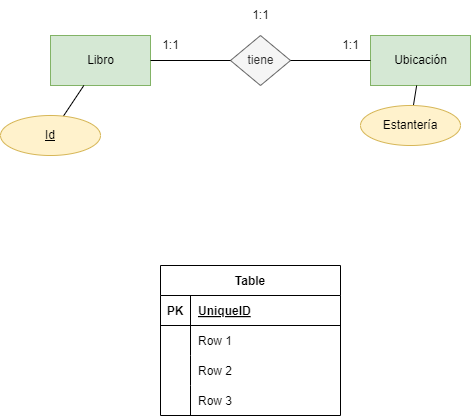
This is tareas/unidad-2/tarea-3/imágenes/ejercicio1.drawio.png from ManuelsDAM/base-datos, a draw.io export, as it was before one commit. Source tidied: cells renumbered, new cells last; positions are measured from the earlier drawing's top-left corner, leaving out a move shared by most shapes.
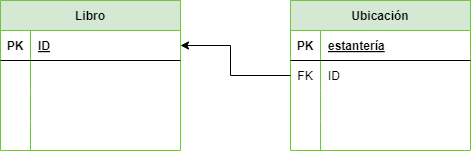
Above is the later version.

What changed in the source:
```diff
@@ -2,47 +2,8 @@
   <root>
     <mxCell id="0" />
     <mxCell id="1" parent="0" />
-    <mxCell id="2" value="Libro" style="html=1;dashed=0;whitespace=wrap;fillColor=#d5e8d4;strokeColor=#82b366;" parent="1" vertex="1">
-      <mxGeometry x="50" y="35" width="100" height="50" as="geometry" />
-    </mxCell>
-    <mxCell id="3" value="Ubicación" style="html=1;dashed=0;whitespace=wrap;fillColor=#d5e8d4;strokeColor=#82b366;" parent="1" vertex="1">
-      <mxGeometry x="370" y="35" width="100" height="50" as="geometry" />
-    </mxCell>
-    <mxCell id="4" style="edgeStyle=none;html=1;endArrow=none;endFill=0;" parent="1" edge="1" source="5" target="2">
-      <mxGeometry relative="1" as="geometry" />
-    </mxCell>
-    <mxCell id="5" value="Id" style="ellipse;whiteSpace=wrap;html=1;align=center;fontStyle=4;fillColor=#fff2cc;strokeColor=#d6b656;" parent="1" vertex="1">
-      <mxGeometry y="115" width="100" height="40" as="geometry" />
-    </mxCell>
-    <mxCell id="6" style="group;" parent="1" vertex="1">
-      <mxGeometry x="150" y="30" width="40" height="30" as="geometry" />
-    </mxCell>
-    <mxCell id="7" value="1:1" style="text;html=1;align=center;verticalAlign=middle;strokeColor=none;fillColor=none;" parent="6" vertex="1">
-      <mxGeometry width="40" height="30" as="geometry" />
-    </mxCell>
-    <mxCell id="8" style="group;" parent="1" vertex="1">
-      <mxGeometry x="330" y="30" width="40" height="30" as="geometry" />
-    </mxCell>
-    <mxCell id="9" value="1:1" style="text;html=1;align=center;verticalAlign=middle;strokeColor=none;fillColor=none;" parent="8" vertex="1">
-      <mxGeometry width="40" height="30" as="geometry" />
-    </mxCell>
-    <mxCell id="10" style="group;" parent="1" vertex="1">
-      <mxGeometry x="230" width="60" height="85" as="geometry" />
-    </mxCell>
-    <mxCell id="11" value="tiene" style="shape=rhombus;html=1;dashed=0;whitespace=wrap;perimeter=rhombusPerimeter;fillColor=#f5f5f5;fontColor=#333333;strokeColor=#666666;" parent="10" vertex="1">
-      <mxGeometry y="35" width="60" height="50" as="geometry" />
-    </mxCell>
-    <mxCell id="12" value="1:1" style="text;html=1;align=center;verticalAlign=middle;strokeColor=none;fillColor=none;" parent="10" vertex="1">
-      <mxGeometry x="10" width="40" height="30" as="geometry" />
-    </mxCell>
-    <mxCell id="13" style="edgeStyle=none;html=1;exitX=1;exitY=0.5;exitDx=0;exitDy=0;entryX=0;entryY=0.5;entryDx=0;entryDy=0;endArrow=none;endFill=0;" parent="1" edge="1" source="2" target="11">
-      <mxGeometry relative="1" as="geometry" />
-    </mxCell>
-    <mxCell id="14" style="edgeStyle=none;html=1;endArrow=none;endFill=0;" parent="1" edge="1" source="11" target="3">
-      <mxGeometry relative="1" as="geometry" />
-    </mxCell>
-    <mxCell id="15" value="Table" style="shape=table;startSize=30;rowLines=0;fontStyle=1;align=center;" parent="1" vertex="1">
-      <mxGeometry x="160" y="265" width="180" height="150" as="geometry" />
+    <mxCell id="15" value="Libro" style="shape=table;startSize=30;rowLines=0;fontStyle=1;align=center;fillColor=#d5e8d4;strokeColor=#82b366;" parent="1" vertex="1">
+      <mxGeometry x="30" y="25" width="180" height="150" as="geometry" />
     </mxCell>
     <mxCell id="16" style="shape=tableRow;horizontal=0;startSize=0;swimlaneHead=0;swimlaneBody=0;fillColor=none;points=[[0,0.5],[1,0.5]];portConstraint=eastwest;top=0;left=0;right=0;bottom=1;" parent="15" vertex="1">
       <mxGeometry y="30" width="180" height="30" as="geometry" />
@@ -50,7 +11,7 @@
     <mxCell id="17" value="PK" style="shape=partialRectangle;fillColor=none;top=0;left=0;bottom=0;right=0;fontStyle=1;overflow=hidden;" parent="16" vertex="1">
       <mxGeometry width="30" height="30" as="geometry" />
     </mxCell>
-    <mxCell id="18" value="UniqueID" style="shape=partialRectangle;fillColor=none;top=0;left=0;bottom=0;right=0;align=left;spacingLeft=6;fontStyle=5;overflow=hidden;" parent="16" vertex="1">
+    <mxCell id="18" value="ID" style="shape=partialRectangle;fillColor=none;top=0;left=0;bottom=0;right=0;align=left;spacingLeft=6;fontStyle=5;overflow=hidden;" parent="16" vertex="1">
       <mxGeometry x="30" width="150" height="30" as="geometry" />
     </mxCell>
     <mxCell id="19" style="shape=tableRow;horizontal=0;startSize=0;swimlaneHead=0;swimlaneBody=0;fillColor=none;top=0;left=0;right=0;bottom=0;" parent="15" vertex="1">
@@ -59,7 +20,7 @@
     <mxCell id="20" style="shape=partialRectangle;fillColor=none;top=0;left=0;bottom=0;right=0;overflow=hidden;" parent="19" vertex="1">
       <mxGeometry width="30" height="30" as="geometry" />
     </mxCell>
-    <mxCell id="21" value="Row 1" style="shape=partialRectangle;fillColor=none;top=0;left=0;bottom=0;right=0;align=left;spacingLeft=6;overflow=hidden;" parent="19" vertex="1">
+    <mxCell id="21" style="shape=partialRectangle;fillColor=none;top=0;left=0;bottom=0;right=0;align=left;spacingLeft=6;overflow=hidden;" parent="19" vertex="1">
       <mxGeometry x="30" width="150" height="30" as="geometry" />
     </mxCell>
     <mxCell id="22" style="shape=tableRow;horizontal=0;startSize=0;swimlaneHead=0;swimlaneBody=0;fillColor=none;top=0;left=0;right=0;bottom=0;" parent="15" vertex="1">
@@ -68,7 +29,7 @@
     <mxCell id="23" style="shape=partialRectangle;fillColor=none;top=0;left=0;bottom=0;right=0;overflow=hidden;" parent="22" vertex="1">
       <mxGeometry width="30" height="30" as="geometry" />
     </mxCell>
-    <mxCell id="24" value="Row 2" style="shape=partialRectangle;fillColor=none;top=0;left=0;bottom=0;right=0;align=left;spacingLeft=6;overflow=hidden;" parent="22" vertex="1">
+    <mxCell id="24" style="shape=partialRectangle;fillColor=none;top=0;left=0;bottom=0;right=0;align=left;spacingLeft=6;overflow=hidden;" parent="22" vertex="1">
       <mxGeometry x="30" width="150" height="30" as="geometry" />
     </mxCell>
     <mxCell id="25" style="shape=tableRow;horizontal=0;startSize=0;swimlaneHead=0;swimlaneBody=0;fillColor=none;top=0;left=0;right=0;bottom=0;" parent="15" vertex="1">
@@ -77,14 +38,55 @@
     <mxCell id="26" style="shape=partialRectangle;fillColor=none;top=0;left=0;bottom=0;right=0;overflow=hidden;" parent="25" vertex="1">
       <mxGeometry width="30" height="30" as="geometry" />
     </mxCell>
-    <mxCell id="27" value="Row 3" style="shape=partialRectangle;fillColor=none;top=0;left=0;bottom=0;right=0;align=left;spacingLeft=6;overflow=hidden;" parent="25" vertex="1">
+    <mxCell id="27" style="shape=partialRectangle;fillColor=none;top=0;left=0;bottom=0;right=0;align=left;spacingLeft=6;overflow=hidden;" parent="25" vertex="1">
       <mxGeometry x="30" width="150" height="30" as="geometry" />
     </mxCell>
-    <mxCell id="28" style="edgeStyle=none;html=1;endArrow=none;endFill=0;" parent="1" edge="1" source="29" target="3">
-      <mxGeometry relative="1" as="geometry" />
-    </mxCell>
-    <mxCell id="29" value="Estantería" style="ellipse;whiteSpace=wrap;html=1;align=center;fillColor=#fff2cc;strokeColor=#d6b656;" parent="1" vertex="1">
-      <mxGeometry x="360" y="105" width="100" height="40" as="geometry" />
-    </mxCell>
+    <mxCell id="3" value="Ubicación" style="shape=table;startSize=30;rowLines=0;fontStyle=1;align=center;fillColor=#d5e8d4;strokeColor=#82b366;" parent="1" vertex="1">
+      <mxGeometry x="320" y="25" width="180" height="150" as="geometry" />
+    </mxCell>
+    <mxCell id="30" style="shape=tableRow;horizontal=0;startSize=0;swimlaneHead=0;swimlaneBody=0;fillColor=none;top=0;left=0;right=0;bottom=1;" parent="3" vertex="1">
+      <mxGeometry y="30" width="180" height="30" as="geometry" />
+    </mxCell>
+    <mxCell id="31" value="PK" style="shape=partialRectangle;fillColor=none;top=0;left=0;bottom=0;right=0;fontStyle=1;overflow=hidden;" parent="30" vertex="1">
+      <mxGeometry width="30" height="30" as="geometry" />
+    </mxCell>
+    <mxCell id="32" value="estantería" style="shape=partialRectangle;fillColor=none;top=0;left=0;bottom=0;right=0;align=left;spacingLeft=6;fontStyle=5;overflow=hidden;" parent="30" vertex="1">
+      <mxGeometry x="30" width="150" height="30" as="geometry" />
+    </mxCell>
+    <mxCell id="33" style="shape=tableRow;horizontal=0;startSize=0;swimlaneHead=0;swimlaneBody=0;fillColor=none;points=[[0,0.5],[1,0.5]];portConstraint=eastwest;top=0;left=0;right=0;bottom=0;" parent="3" vertex="1">
+      <mxGeometry y="60" width="180" height="30" as="geometry" />
+    </mxCell>
+    <mxCell id="34" value="FK" style="shape=partialRectangle;fillColor=none;top=0;left=0;bottom=0;right=0;overflow=hidden;" parent="33" vertex="1">
+      <mxGeometry width="30" height="30" as="geometry" />
+    </mxCell>
+    <mxCell id="35" value="ID" style="shape=partialRectangle;fillColor=none;top=0;left=0;bottom=0;right=0;align=left;spacingLeft=6;overflow=hidden;" parent="33" vertex="1">
+      <mxGeometry x="30" width="150" height="30" as="geometry" />
+    </mxCell>
+    <mxCell id="36" style="shape=tableRow;horizontal=0;startSize=0;swimlaneHead=0;swimlaneBody=0;fillColor=none;top=0;left=0;right=0;bottom=0;" parent="3" vertex="1">
+      <mxGeometry y="90" width="180" height="30" as="geometry" />
+    </mxCell>
+    <mxCell id="37" style="shape=partialRectangle;fillColor=none;top=0;left=0;bottom=0;right=0;overflow=hidden;" parent="36" vertex="1">
+      <mxGeometry width="30" height="30" as="geometry" />
+    </mxCell>
+    <mxCell id="38" style="shape=partialRectangle;fillColor=none;top=0;left=0;bottom=0;right=0;align=left;spacingLeft=6;overflow=hidden;" parent="36" vertex="1">
+      <mxGeometry x="30" width="150" height="30" as="geometry" />
+    </mxCell>
+    <mxCell id="39" style="shape=tableRow;horizontal=0;startSize=0;swimlaneHead=0;swimlaneBody=0;fillColor=none;top=0;left=0;right=0;bottom=0;" parent="3" vertex="1">
+      <mxGeometry y="120" width="180" height="30" as="geometry" />
+    </mxCell>
+    <mxCell id="40" style="shape=partialRectangle;fillColor=none;top=0;left=0;bottom=0;right=0;overflow=hidden;" parent="39" vertex="1">
+      <mxGeometry width="30" height="30" as="geometry" />
+    </mxCell>
+    <mxCell id="41" style="shape=partialRectangle;fillColor=none;top=0;left=0;bottom=0;right=0;align=left;spacingLeft=6;overflow=hidden;" parent="39" vertex="1">
+      <mxGeometry x="30" width="150" height="30" as="geometry" />
+    </mxCell>
+    <mxCell id="42" style="edgeStyle=none;rounded=0;html=1;exitX=0;exitY=0.5;exitDx=0;exitDy=0;entryX=1;entryY=0.5;entryDx=0;entryDy=0;endArrow=classic;endFill=1;" parent="1" edge="1" source="33" target="16">
+      <mxGeometry relative="1" as="geometry">
+        <Array as="points">
+          <mxPoint x="260" y="100" />
+          <mxPoint x="260" y="70" />
+        </Array>
+      </mxGeometry>
+    </mxCell>
   </root>
 </mxGraphModel>
```
